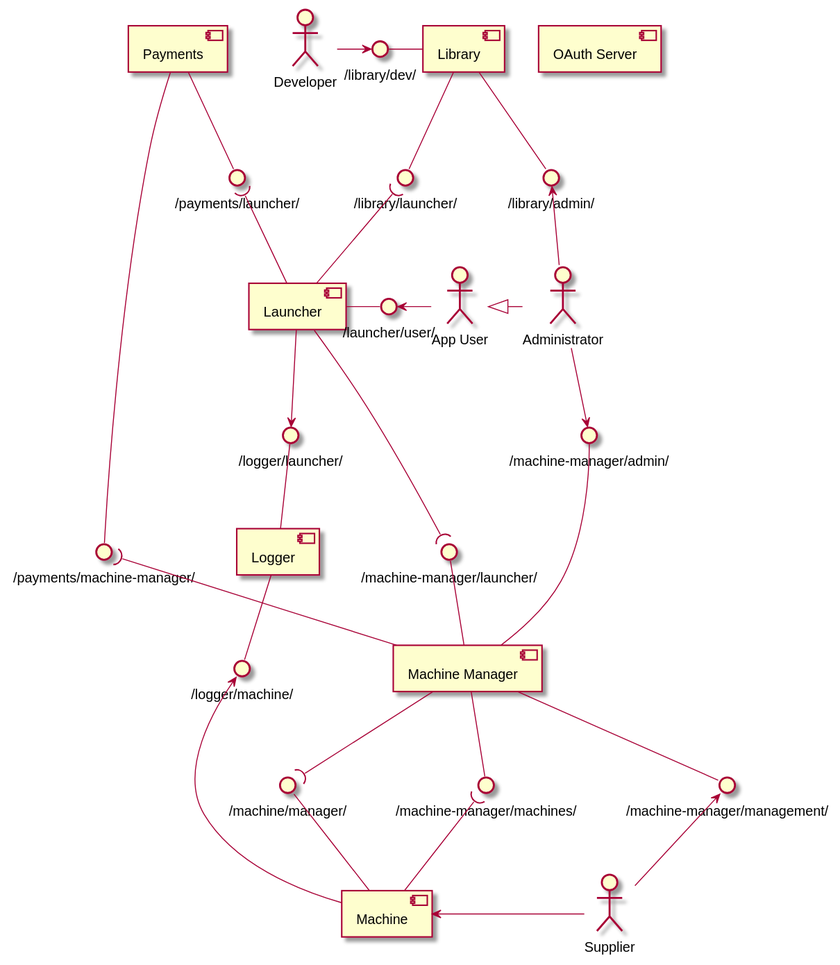
Earlier version of the PlantUML export components/components.svg (cetlinB/docs).
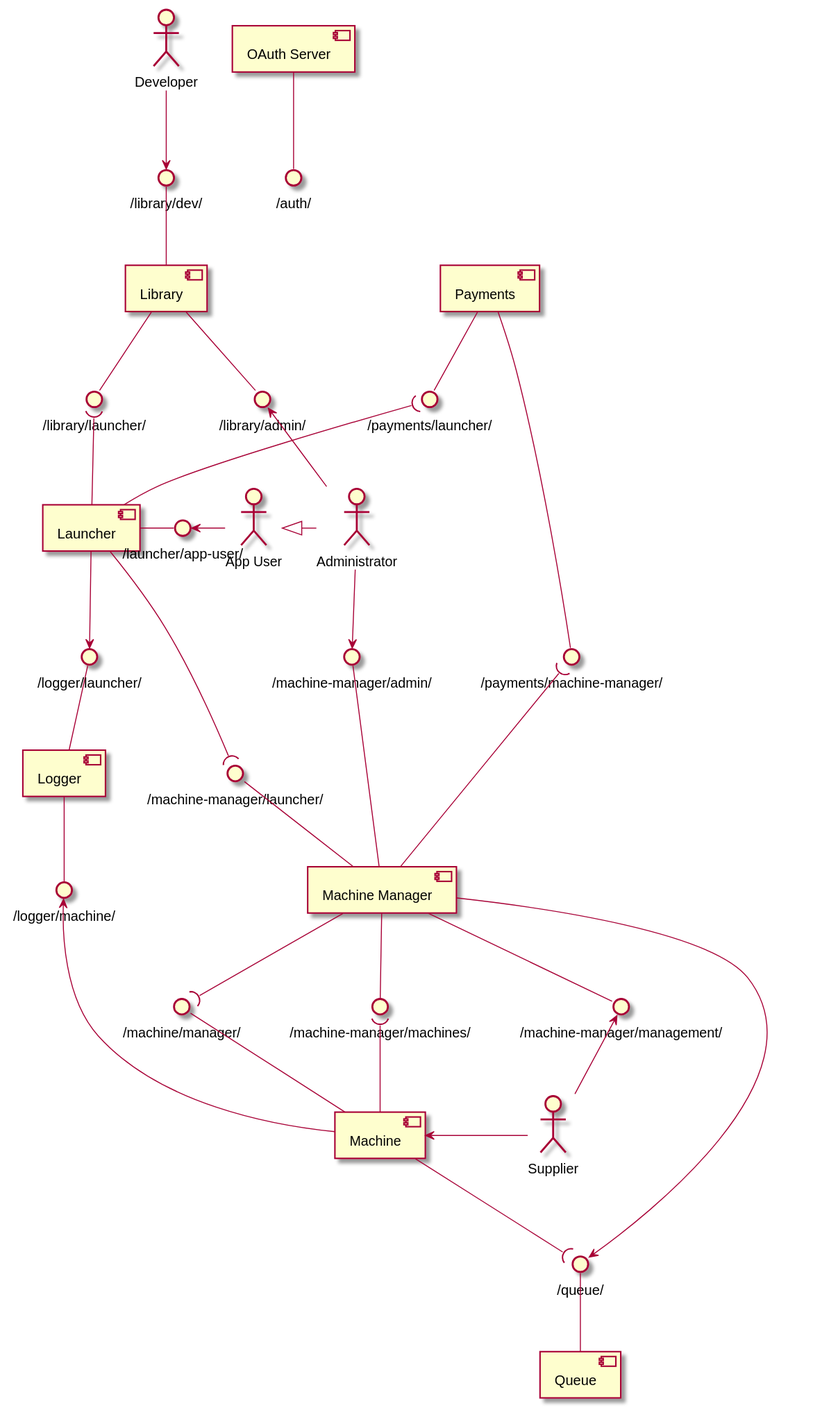
After the change.

Change to the diagram source:
```diff
@@ -1,10 +1,6 @@
 @startuml
 
 skinparam componentStyle uml2
-
-skinparam actor {
-    BackgroundColor<<Machine>> Brown
-}
 
 actor "App User" as AU
 actor Developer as AD
@@ -20,6 +16,7 @@
 component Payments as CP
 component Machine as CMa
 component "OAuth Server" as CA
+component Queue as CQ
 
 interface "/logger/launcher/" as ICLoCLa
 interface "/logger/machine/" as ICLoCMa
@@ -32,11 +29,15 @@
 interface "/payments/machine-manager/" as ICPCM
 interface "/library/dev/" as ICLiAD
 interface "/machine-manager/management/" as ICMAS
-interface "/launcher/user/" as ICLaAU
+interface "/launcher/app-user/" as ICLaAU
 interface "/machine/manager/" as ICMaCM
+interface "/queue/" as ICQ
+interface "/auth/" as ICA
 
-AD -ri-> ICLiAD
-ICLiAD -ri- CLi
+CA -do- ICA
+
+AD -do-> ICLiAD
+ICLiAD -do- CLi
 
 AS -up-> ICMAS
 ICMAS -up- CM
@@ -73,4 +74,8 @@
 CLo -do- ICLoCMa
 ICLoCMa <-do- CMa
 
+CQ -up- ICQ
+CM -do-> ICQ
+CMa -do-( ICQ
+
 @enduml
```
